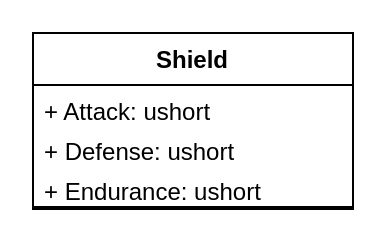
Before: Assets/UML-diagrams/Shield.drawio in ProgramacionII-Equipo3/PII_RoleplayGame_1_Start, a draw.io diagram. Source tidied: cells renumbered, new cells numbered last; positions are measured from the earlier drawing's top-left corner, leaving out a move shared by most shapes. Both pictures are drawn from the tidied source at 200%, with x=0, y=0 at pixel (32, 32).
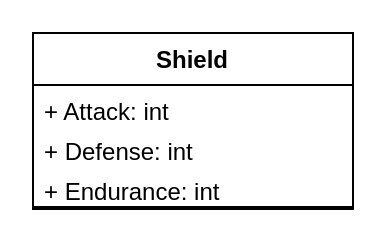
The same page after the edit.

Diff of the diagram source:
```diff
@@
 <mxGraphModel>
   <root>
     <mxCell id="0" />
     <mxCell id="1" parent="0" />
     <mxCell id="2" value="Shield" style="swimlane;fontStyle=1;align=center;verticalAlign=top;horizontal=1;startSize=26;" parent="1" vertex="1">
       <mxGeometry width="160" height="88" as="geometry" />
     </mxCell>
-    <mxCell id="3" value="+ Attack: ushort" style="text;strokeColor=none;fillColor=none;align=left;verticalAlign=top;spacingLeft=4;spacingRight=4;overflow=hidden;" parent="2" vertex="1">
+    <mxCell id="3" value="+ Attack: int" style="text;strokeColor=none;fillColor=none;align=left;verticalAlign=top;spacingLeft=4;spacingRight=4;overflow=hidden;" parent="2" vertex="1">
       <mxGeometry y="26" width="160" height="20" as="geometry" />
     </mxCell>
-    <mxCell id="4" value="+ Defense: ushort" style="text;strokeColor=none;fillColor=none;align=left;verticalAlign=top;spacingLeft=4;spacingRight=4;overflow=hidden;" parent="2" vertex="1">
+    <mxCell id="4" value="+ Defense: int" style="text;strokeColor=none;fillColor=none;align=left;verticalAlign=top;spacingLeft=4;spacingRight=4;overflow=hidden;" parent="2" vertex="1">
       <mxGeometry y="46" width="160" height="20" as="geometry" />
     </mxCell>
-    <mxCell id="5" value="+ Endurance: ushort" style="text;strokeColor=none;fillColor=none;align=left;verticalAlign=top;spacingLeft=4;spacingRight=4;overflow=hidden;" parent="2" vertex="1">
+    <mxCell id="5" value="+ Endurance: int" style="text;strokeColor=none;fillColor=none;align=left;verticalAlign=top;spacingLeft=4;spacingRight=4;overflow=hidden;" parent="2" vertex="1">
       <mxGeometry y="66" width="160" height="20" as="geometry" />
     </mxCell>
     <mxCell id="6" style="line;strokeWidth=1;fillColor=none;align=left;verticalAlign=middle;spacingTop=-1;spacingLeft=3;spacingRight=3;labelPosition=right;" parent="2" vertex="1">
       <mxGeometry y="86" width="160" height="2" as="geometry" />
     </mxCell>
   </root>
 </mxGraphModel>
```
